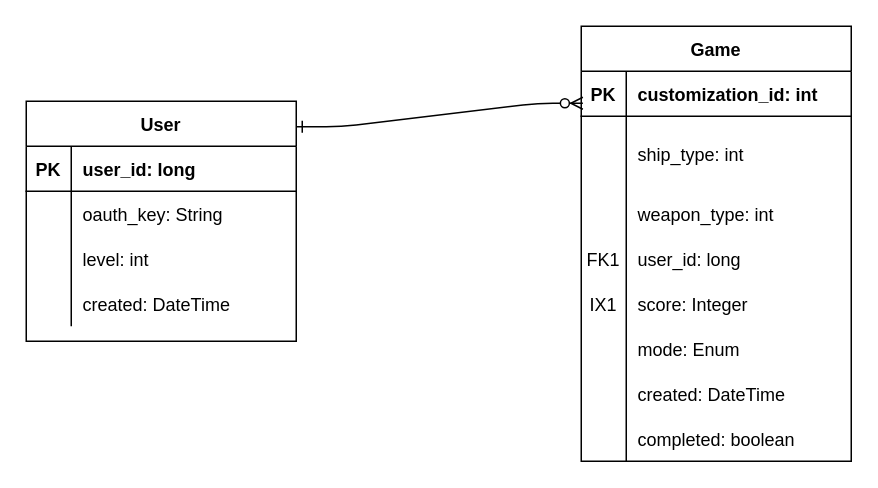
The draw.io diagram docs/work/erd.drawio in mwest1997/galaxy-raiders, before the edit. Source tidied: cells renumbered, new cells numbered last; positions are measured from the earlier drawing's top-left corner, leaving out a move shared by most shapes. Both pictures are drawn from the tidied source at 150%, with x=0, y=0 at pixel (26, 26).
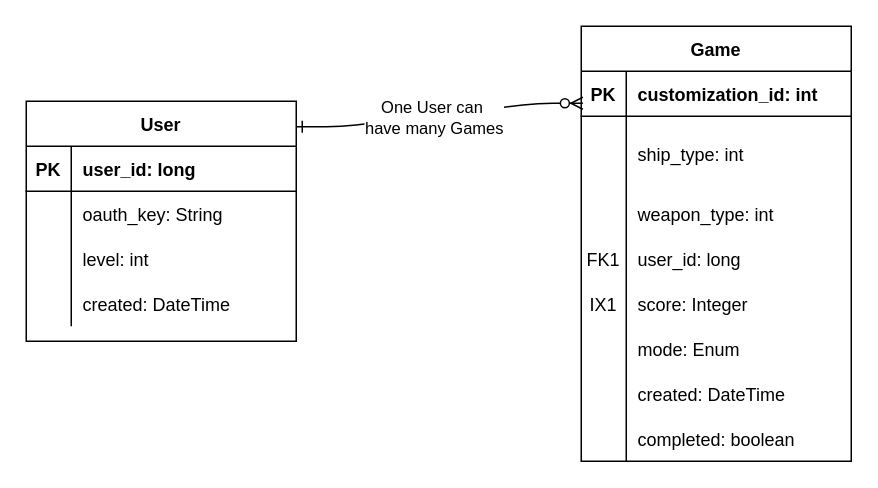
The same diagram, later.

Unchanged cells that the change refers to:
```xml
<mxCell id="2" style="edgeStyle=entityRelationEdgeStyle;fontSize=12;html=1;endArrow=ERzeroToMany;endFill=1;entryX=0.006;entryY=0.177;entryDx=0;entryDy=0;entryPerimeter=0;exitX=1;exitY=0.106;exitDx=0;exitDy=0;exitPerimeter=0;startArrow=ERone;startFill=0;" parent="1" edge="1" source="3" target="16">
  <mxGeometry relative="1" as="geometry" />
</mxCell>
```

What changed in the source:
```diff
@@
+    <mxCell id="41" value="One User can&amp;nbsp;&lt;br&gt;have many Games" style="edgeLabel;html=1;align=center;verticalAlign=middle;" parent="2" vertex="1">
+      <mxGeometry x="-0.04" y="-1" relative="1" as="geometry" />
+    </mxCell>
```
